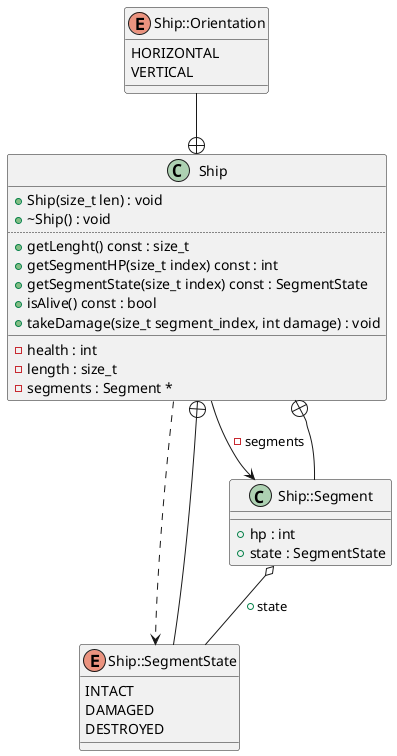
This is diagrams/Ship.png from Rennelv/ships, a PlantUML export, as it was before one commit.
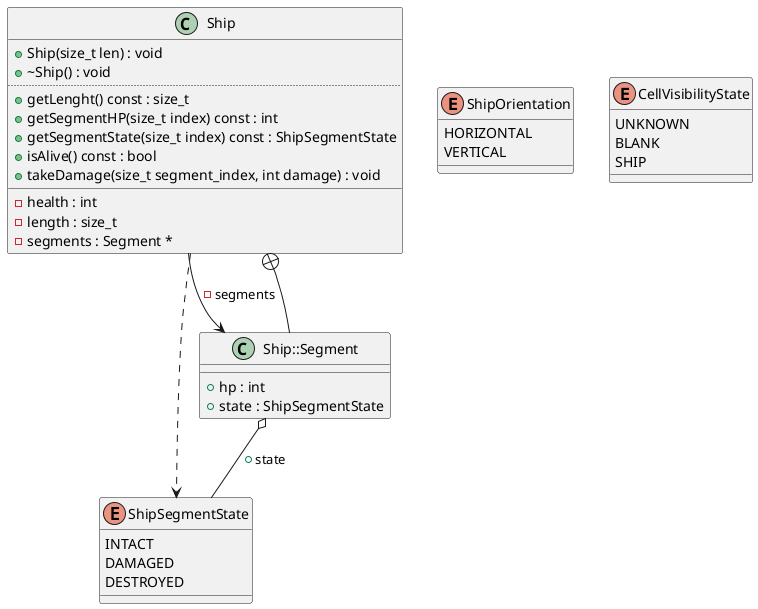
The same diagram one commit later.

Change to the diagram source:
```diff
@@ -1,4 +1,21 @@
 @startuml
+enum "ShipSegmentState" as C_0014256742677139282670
+enum C_0014256742677139282670 {
+INTACT
+DAMAGED
+DESTROYED
+}
+enum "ShipOrientation" as C_0002579181642537833876
+enum C_0002579181642537833876 {
+HORIZONTAL
+VERTICAL
+}
+enum "CellVisibilityState" as C_0003333043679234439357
+enum C_0003333043679234439357 {
+UNKNOWN
+BLANK
+SHIP
+}
 class "Ship" as C_0014529657433315016423
 class C_0014529657433315016423 {
 +Ship(size_t len) : void
@@ -6,7 +23,7 @@
 ..
 +getLenght() const : size_t
 +getSegmentHP(size_t index) const : int
-+getSegmentState(size_t index) const : SegmentState
++getSegmentState(size_t index) const : ShipSegmentState
 +isAlive() const : bool
 +takeDamage(size_t segment_index, int damage) : void
 __
@@ -14,28 +31,15 @@
 -length : size_t
 -segments : Segment *
 }
-enum "Ship::SegmentState" as C_0016593760204207859148
-enum C_0016593760204207859148 {
-INTACT
-DAMAGED
-DESTROYED
-}
-enum "Ship::Orientation" as C_0015200704647938469073
-enum C_0015200704647938469073 {
-HORIZONTAL
-VERTICAL
-}
 class "Ship::Segment" as C_0000674658759292391449
 class C_0000674658759292391449 {
 __
 +hp : int
-+state : SegmentState
++state : ShipSegmentState
 }
-C_0014529657433315016423 ..> C_0016593760204207859148
+C_0014529657433315016423 ..> C_0014256742677139282670
 C_0014529657433315016423 --> C_0000674658759292391449 : -segments
-C_0016593760204207859148 --+ C_0014529657433315016423
-C_0015200704647938469073 --+ C_0014529657433315016423
 C_0000674658759292391449 --+ C_0014529657433315016423
-C_0000674658759292391449 o-- C_0016593760204207859148 : +state
+C_0000674658759292391449 o-- C_0014256742677139282670 : +state
 
 @enduml
```
